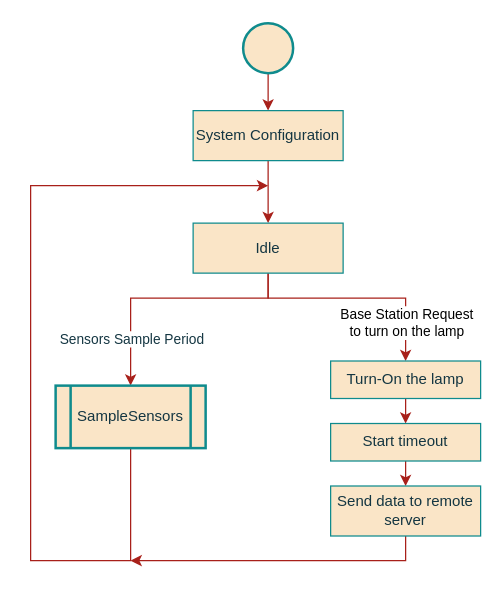
This is page "LS_StateChart" (4 of 7) of project/report/flowcharts/LocalSystem.drawio from ESRGgroup9/slipad, a draw.io file, before an edit. Source tidied: cells renumbered, new cells numbered last; positions are measured from the earlier drawing's top-left corner, leaving out a move shared by most shapes. Both pictures are drawn from the tidied source at 125%, with x=0, y=0 at pixel (30, 22).
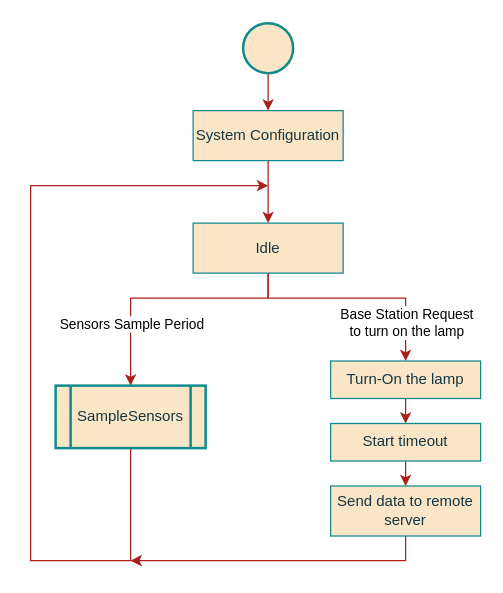
After the change.

The change refers to these unchanged cells:
```xml
<mxCell id="5" style="edgeStyle=orthogonalEdgeStyle;rounded=0;jettySize=auto;html=1;exitX=0.5;exitY=1;exitDx=0;exitDy=0;entryX=0.5;entryY=0;entryDx=0;entryDy=0;endArrow=classic;endFill=1;labelBackgroundColor=#DAD2D8;strokeColor=#A8201A;fontColor=#143642;" parent="1" edge="1" source="9" target="12">
  <mxGeometry relative="1" as="geometry">
    <Array as="points">
      <mxPoint x="190" y="220" />
      <mxPoint x="80" y="220" />
    </Array>
  </mxGeometry>
</mxCell>
```

The edit, as a diff of the source:
```diff
@@
-    <mxCell id="6" value="Sensors Sample Period" style="edgeLabel;html=1;align=center;verticalAlign=middle;labelBackgroundColor=default;fontColor=#143642;" parent="5" vertex="1">
+    <mxCell id="6" value="Sensors Sample Period" style="edgeLabel;html=1;align=center;verticalAlign=middle;labelBackgroundColor=default;fontColor=#000000;" parent="5" vertex="1">
       <mxGeometry x="0.32" relative="1" as="geometry">
-        <mxPoint y="30" as="offset" />
+        <mxPoint y="18" as="offset" />
       </mxGeometry>
     </mxCell>
```
